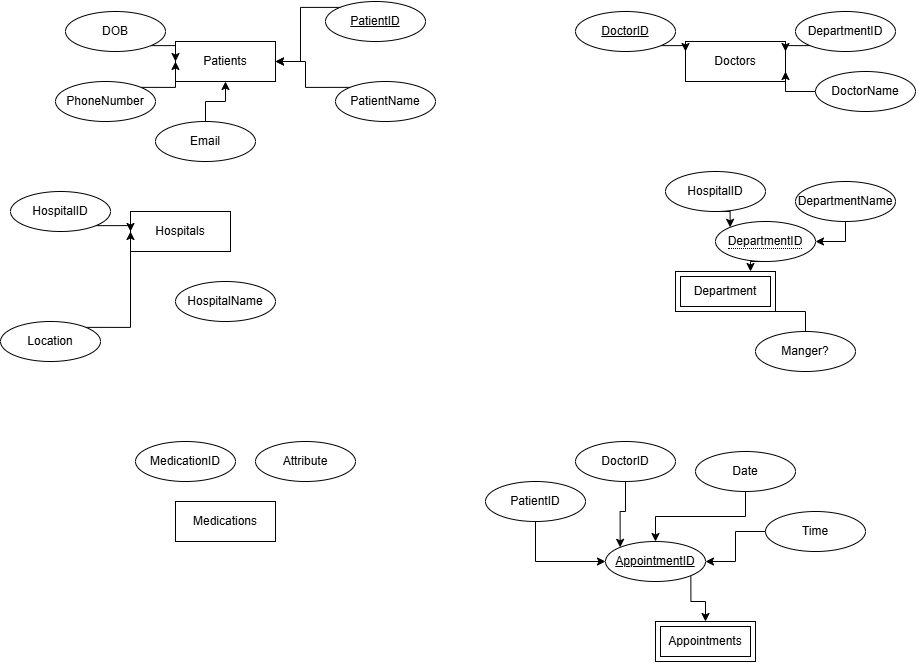
This is CS420_Assignment3.png from Jhkpop/CS420_Assignment3, a draw.io export, as it was before one commit. Source tidied: cells renumbered, new cells last; positions are measured from the earlier drawing's top-left corner, leaving out a move shared by most shapes. Source of this version:
```xml
<mxGraphModel>
  <root>
    <mxCell id="0" />
    <mxCell id="1" parent="0" />
    <mxCell id="2" value="Patients" style="whiteSpace=wrap;html=1;align=center;" parent="1" vertex="1">
      <mxGeometry x="175" y="40" width="100" height="40" as="geometry" />
    </mxCell>
    <mxCell id="3" value="Doctors" style="whiteSpace=wrap;html=1;align=center;" parent="1" vertex="1">
      <mxGeometry x="685" y="40" width="100" height="40" as="geometry" />
    </mxCell>
    <mxCell id="4" value="Hospitals" style="whiteSpace=wrap;html=1;align=center;" parent="1" vertex="1">
      <mxGeometry x="130" y="210" width="100" height="40" as="geometry" />
    </mxCell>
    <mxCell id="5" value="Medications" style="whiteSpace=wrap;html=1;align=center;" parent="1" vertex="1">
      <mxGeometry x="175" y="500" width="100" height="40" as="geometry" />
    </mxCell>
    <mxCell id="6" style="edgeStyle=orthogonalEdgeStyle;rounded=0;jettySize=auto;html=1;exitX=1;exitY=1;exitDx=0;exitDy=0;entryX=0;entryY=0.25;entryDx=0;entryDy=0;" parent="1" edge="1" source="7" target="3">
      <mxGeometry relative="1" as="geometry" />
    </mxCell>
    <mxCell id="7" value="&lt;u&gt;DoctorID&lt;/u&gt;" style="ellipse;whiteSpace=wrap;html=1;align=center;" parent="1" vertex="1">
      <mxGeometry x="575" y="10" width="100" height="40" as="geometry" />
    </mxCell>
    <mxCell id="8" style="edgeStyle=orthogonalEdgeStyle;rounded=0;jettySize=auto;html=1;exitX=0;exitY=0.5;exitDx=0;exitDy=0;entryX=1;entryY=0.75;entryDx=0;entryDy=0;" parent="1" edge="1" source="9" target="3">
      <mxGeometry relative="1" as="geometry" />
    </mxCell>
    <mxCell id="9" value="DoctorName" style="ellipse;whiteSpace=wrap;html=1;align=center;" parent="1" vertex="1">
      <mxGeometry x="815" y="70" width="100" height="40" as="geometry" />
    </mxCell>
    <mxCell id="10" value="DepartmentID" style="ellipse;whiteSpace=wrap;html=1;align=center;" parent="1" vertex="1">
      <mxGeometry x="795" y="10" width="100" height="40" as="geometry" />
    </mxCell>
    <mxCell id="11" style="edgeStyle=orthogonalEdgeStyle;rounded=0;jettySize=auto;html=1;exitX=1;exitY=0;exitDx=0;exitDy=0;entryX=1;entryY=0.5;entryDx=0;entryDy=0;" parent="1" edge="1" source="12" target="2">
      <mxGeometry relative="1" as="geometry" />
    </mxCell>
    <mxCell id="12" value="&lt;u&gt;PatientID&lt;/u&gt;" style="ellipse;whiteSpace=wrap;html=1;align=center;" parent="1" vertex="1">
      <mxGeometry x="325" width="100" height="40" as="geometry" />
    </mxCell>
    <mxCell id="13" style="edgeStyle=orthogonalEdgeStyle;rounded=0;jettySize=auto;html=1;exitX=0;exitY=0;exitDx=0;exitDy=0;entryX=1;entryY=0.5;entryDx=0;entryDy=0;" parent="1" edge="1" source="14" target="2">
      <mxGeometry relative="1" as="geometry" />
    </mxCell>
    <mxCell id="14" value="PatientName" style="ellipse;whiteSpace=wrap;html=1;align=center;" parent="1" vertex="1">
      <mxGeometry x="335" y="80" width="100" height="40" as="geometry" />
    </mxCell>
    <mxCell id="15" style="edgeStyle=orthogonalEdgeStyle;rounded=0;jettySize=auto;html=1;exitX=1;exitY=1;exitDx=0;exitDy=0;entryX=0;entryY=0.5;entryDx=0;entryDy=0;" parent="1" edge="1" source="16" target="2">
      <mxGeometry relative="1" as="geometry" />
    </mxCell>
    <mxCell id="16" value="DOB" style="ellipse;whiteSpace=wrap;html=1;align=center;" parent="1" vertex="1">
      <mxGeometry x="65" y="10" width="100" height="40" as="geometry" />
    </mxCell>
    <mxCell id="17" style="edgeStyle=orthogonalEdgeStyle;rounded=0;jettySize=auto;html=1;exitX=1;exitY=0;exitDx=0;exitDy=0;entryX=0;entryY=0.5;entryDx=0;entryDy=0;" parent="1" edge="1" source="18" target="2">
      <mxGeometry relative="1" as="geometry" />
    </mxCell>
    <mxCell id="18" value="PhoneNumber" style="ellipse;whiteSpace=wrap;html=1;align=center;" parent="1" vertex="1">
      <mxGeometry x="55" y="80" width="100" height="40" as="geometry" />
    </mxCell>
    <mxCell id="19" style="edgeStyle=orthogonalEdgeStyle;rounded=0;jettySize=auto;html=1;exitX=0.5;exitY=0;exitDx=0;exitDy=0;entryX=0.5;entryY=1;entryDx=0;entryDy=0;" parent="1" edge="1" source="20" target="2">
      <mxGeometry relative="1" as="geometry" />
    </mxCell>
    <mxCell id="20" value="Email" style="ellipse;whiteSpace=wrap;html=1;align=center;" parent="1" vertex="1">
      <mxGeometry x="155" y="120" width="100" height="40" as="geometry" />
    </mxCell>
    <mxCell id="21" style="edgeStyle=orthogonalEdgeStyle;rounded=0;jettySize=auto;html=1;exitX=0;exitY=1;exitDx=0;exitDy=0;entryX=1;entryY=0.25;entryDx=0;entryDy=0;" parent="1" edge="1" source="10" target="3">
      <mxGeometry relative="1" as="geometry" />
    </mxCell>
    <mxCell id="22" style="edgeStyle=orthogonalEdgeStyle;rounded=0;jettySize=auto;html=1;exitX=1;exitY=1;exitDx=0;exitDy=0;entryX=0;entryY=0.5;entryDx=0;entryDy=0;" parent="1" edge="1" source="23" target="4">
      <mxGeometry relative="1" as="geometry" />
    </mxCell>
    <mxCell id="23" value="HospitalID" style="ellipse;whiteSpace=wrap;html=1;align=center;" parent="1" vertex="1">
      <mxGeometry x="10" y="190" width="100" height="40" as="geometry" />
    </mxCell>
    <mxCell id="24" style="edgeStyle=orthogonalEdgeStyle;rounded=0;jettySize=auto;html=1;exitX=1;exitY=0;exitDx=0;exitDy=0;" parent="1" edge="1" source="25">
      <mxGeometry relative="1" as="geometry">
        <mxPoint x="130" y="230" as="targetPoint" />
      </mxGeometry>
    </mxCell>
    <mxCell id="25" value="Location" style="ellipse;whiteSpace=wrap;html=1;align=center;" parent="1" vertex="1">
      <mxGeometry y="320" width="100" height="40" as="geometry" />
    </mxCell>
    <mxCell id="26" style="edgeStyle=orthogonalEdgeStyle;rounded=0;jettySize=auto;html=1;exitX=0.5;exitY=1;exitDx=0;exitDy=0;entryX=1;entryY=0.5;entryDx=0;entryDy=0;" parent="1" edge="1" source="27" target="44">
      <mxGeometry relative="1" as="geometry">
        <Array as="points">
          <mxPoint x="845" y="240" />
        </Array>
      </mxGeometry>
    </mxCell>
    <mxCell id="27" value="DepartmentName" style="ellipse;whiteSpace=wrap;html=1;align=center;" parent="1" vertex="1">
      <mxGeometry x="795" y="180" width="100" height="40" as="geometry" />
    </mxCell>
    <mxCell id="28" style="edgeStyle=orthogonalEdgeStyle;rounded=0;jettySize=auto;html=1;exitX=0.5;exitY=0;exitDx=0;exitDy=0;entryX=0.75;entryY=1;entryDx=0;entryDy=0;" parent="1" edge="1" source="29" target="45">
      <mxGeometry relative="1" as="geometry">
        <Array as="points">
          <mxPoint x="805" y="310" />
          <mxPoint x="745" y="310" />
          <mxPoint x="745" y="290" />
          <mxPoint x="750" y="290" />
        </Array>
      </mxGeometry>
    </mxCell>
    <mxCell id="29" value="Manger?" style="ellipse;whiteSpace=wrap;html=1;align=center;" parent="1" vertex="1">
      <mxGeometry x="755" y="330" width="100" height="40" as="geometry" />
    </mxCell>
    <mxCell id="30" style="edgeStyle=orthogonalEdgeStyle;rounded=0;jettySize=auto;html=1;exitX=1;exitY=1;exitDx=0;exitDy=0;entryX=0.5;entryY=0;entryDx=0;entryDy=0;" parent="1" edge="1" source="31" target="46">
      <mxGeometry relative="1" as="geometry">
        <Array as="points">
          <mxPoint x="690" y="600" />
          <mxPoint x="705" y="600" />
        </Array>
      </mxGeometry>
    </mxCell>
    <mxCell id="31" value="&lt;u&gt;AppointmentID&lt;/u&gt;" style="ellipse;whiteSpace=wrap;html=1;align=center;" parent="1" vertex="1">
      <mxGeometry x="605" y="540" width="100" height="40" as="geometry" />
    </mxCell>
    <mxCell id="32" style="edgeStyle=orthogonalEdgeStyle;rounded=0;jettySize=auto;html=1;exitX=0.5;exitY=1;exitDx=0;exitDy=0;entryX=0;entryY=0.5;entryDx=0;entryDy=0;" parent="1" edge="1" source="33" target="31">
      <mxGeometry relative="1" as="geometry" />
    </mxCell>
    <mxCell id="33" value="PatientID" style="ellipse;whiteSpace=wrap;html=1;align=center;" parent="1" vertex="1">
      <mxGeometry x="485" y="480" width="100" height="40" as="geometry" />
    </mxCell>
    <mxCell id="34" style="edgeStyle=orthogonalEdgeStyle;rounded=0;jettySize=auto;html=1;exitX=0.5;exitY=1;exitDx=0;exitDy=0;entryX=0;entryY=0;entryDx=0;entryDy=0;" parent="1" edge="1" source="35" target="31">
      <mxGeometry relative="1" as="geometry" />
    </mxCell>
    <mxCell id="35" value="DoctorID" style="ellipse;whiteSpace=wrap;html=1;align=center;" parent="1" vertex="1">
      <mxGeometry x="575" y="440" width="100" height="40" as="geometry" />
    </mxCell>
    <mxCell id="36" style="edgeStyle=orthogonalEdgeStyle;rounded=0;jettySize=auto;html=1;exitX=0.5;exitY=1;exitDx=0;exitDy=0;entryX=0.5;entryY=0;entryDx=0;entryDy=0;" parent="1" edge="1" source="37" target="31">
      <mxGeometry relative="1" as="geometry" />
    </mxCell>
    <mxCell id="37" value="Date" style="ellipse;whiteSpace=wrap;html=1;align=center;" parent="1" vertex="1">
      <mxGeometry x="695" y="450" width="100" height="40" as="geometry" />
    </mxCell>
    <mxCell id="38" style="edgeStyle=orthogonalEdgeStyle;rounded=0;jettySize=auto;html=1;exitX=0;exitY=0.5;exitDx=0;exitDy=0;entryX=1;entryY=0.5;entryDx=0;entryDy=0;" parent="1" edge="1" source="39" target="31">
      <mxGeometry relative="1" as="geometry" />
    </mxCell>
    <mxCell id="39" value="Time" style="ellipse;whiteSpace=wrap;html=1;align=center;" parent="1" vertex="1">
      <mxGeometry x="765" y="510" width="100" height="40" as="geometry" />
    </mxCell>
    <mxCell id="40" value="HospitalName" style="ellipse;whiteSpace=wrap;html=1;align=center;" parent="1" vertex="1">
      <mxGeometry x="175" y="280" width="100" height="40" as="geometry" />
    </mxCell>
    <mxCell id="41" style="edgeStyle=orthogonalEdgeStyle;rounded=0;jettySize=auto;html=1;exitX=0.5;exitY=1;exitDx=0;exitDy=0;entryX=0;entryY=0;entryDx=0;entryDy=0;" parent="1" edge="1" source="42" target="44">
      <mxGeometry relative="1" as="geometry" />
    </mxCell>
    <mxCell id="42" value="HospitalID" style="ellipse;whiteSpace=wrap;html=1;align=center;" parent="1" vertex="1">
      <mxGeometry x="665" y="170" width="100" height="40" as="geometry" />
    </mxCell>
    <mxCell id="43" style="edgeStyle=orthogonalEdgeStyle;rounded=0;jettySize=auto;html=1;exitX=0.5;exitY=1;exitDx=0;exitDy=0;entryX=0.75;entryY=0;entryDx=0;entryDy=0;" parent="1" edge="1" source="44" target="45">
      <mxGeometry relative="1" as="geometry" />
    </mxCell>
    <mxCell id="44" value="&lt;span style=&quot;border-bottom: 1px dotted;&quot;&gt;DepartmentID&lt;/span&gt;" style="ellipse;whiteSpace=wrap;html=1;align=center;" parent="1" vertex="1">
      <mxGeometry x="715" y="220" width="100" height="40" as="geometry" />
    </mxCell>
    <mxCell id="45" value="Department" style="shape=ext;margin=3;double=1;whiteSpace=wrap;html=1;align=center;" parent="1" vertex="1">
      <mxGeometry x="675" y="270" width="100" height="40" as="geometry" />
    </mxCell>
    <mxCell id="46" value="Appointments" style="shape=ext;margin=3;double=1;whiteSpace=wrap;html=1;align=center;" parent="1" vertex="1">
      <mxGeometry x="655" y="620" width="100" height="40" as="geometry" />
    </mxCell>
    <mxCell id="47" value="MedicationID" style="ellipse;whiteSpace=wrap;html=1;align=center;" parent="1" vertex="1">
      <mxGeometry x="135" y="440" width="100" height="40" as="geometry" />
    </mxCell>
    <mxCell id="48" value="Attribute" style="ellipse;whiteSpace=wrap;html=1;align=center;" parent="1" vertex="1">
      <mxGeometry x="255" y="440" width="100" height="40" as="geometry" />
    </mxCell>
  </root>
</mxGraphModel>
```
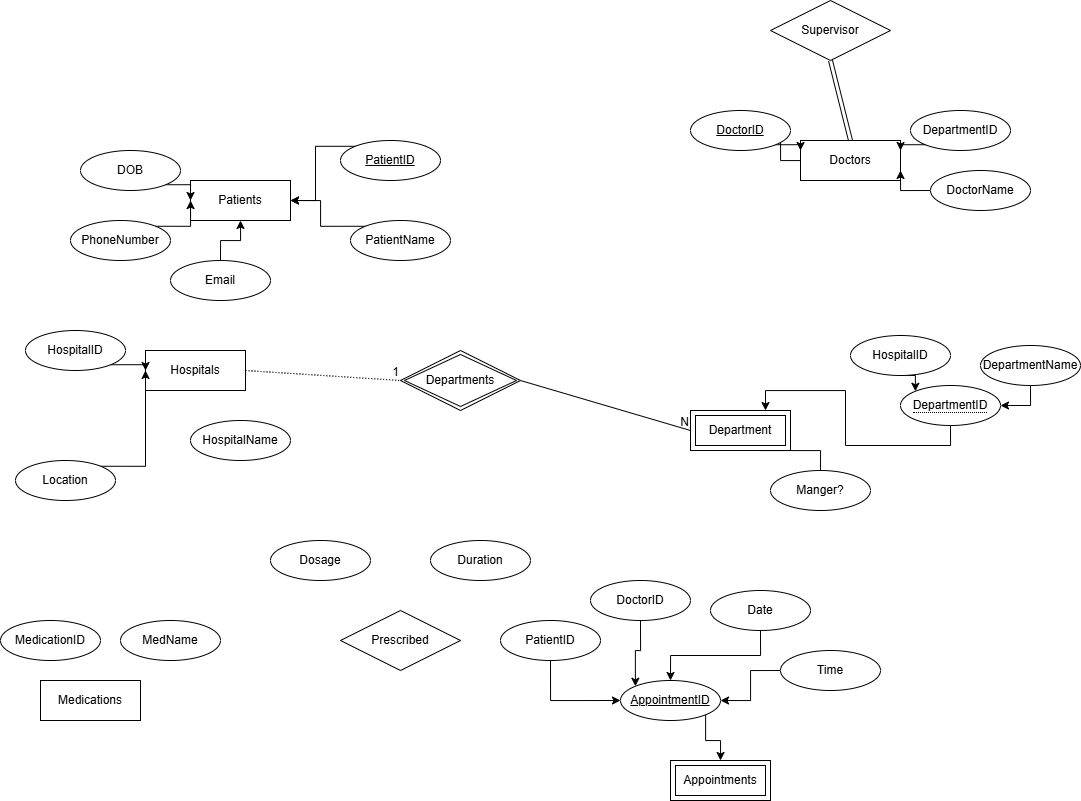
The same diagram one commit later.

Change to the diagram source:
```diff
@@ -5,29 +5,32 @@
     <mxCell id="2" value="Patients" style="whiteSpace=wrap;html=1;align=center;" parent="1" vertex="1">
       <mxGeometry x="175" y="40" width="100" height="40" as="geometry" />
     </mxCell>
+    <mxCell id="49" style="edgeStyle=orthogonalEdgeStyle;rounded=0;jettySize=auto;html=1;" parent="1" edge="1" source="3" target="7">
+      <mxGeometry relative="1" as="geometry" />
+    </mxCell>
     <mxCell id="3" value="Doctors" style="whiteSpace=wrap;html=1;align=center;" parent="1" vertex="1">
-      <mxGeometry x="685" y="40" width="100" height="40" as="geometry" />
+      <mxGeometry x="785" width="100" height="40" as="geometry" />
     </mxCell>
     <mxCell id="4" value="Hospitals" style="whiteSpace=wrap;html=1;align=center;" parent="1" vertex="1">
       <mxGeometry x="130" y="210" width="100" height="40" as="geometry" />
     </mxCell>
     <mxCell id="5" value="Medications" style="whiteSpace=wrap;html=1;align=center;" parent="1" vertex="1">
-      <mxGeometry x="175" y="500" width="100" height="40" as="geometry" />
+      <mxGeometry x="25" y="540" width="100" height="40" as="geometry" />
     </mxCell>
     <mxCell id="6" style="edgeStyle=orthogonalEdgeStyle;rounded=0;jettySize=auto;html=1;exitX=1;exitY=1;exitDx=0;exitDy=0;entryX=0;entryY=0.25;entryDx=0;entryDy=0;" parent="1" edge="1" source="7" target="3">
       <mxGeometry relative="1" as="geometry" />
     </mxCell>
     <mxCell id="7" value="&lt;u&gt;DoctorID&lt;/u&gt;" style="ellipse;whiteSpace=wrap;html=1;align=center;" parent="1" vertex="1">
-      <mxGeometry x="575" y="10" width="100" height="40" as="geometry" />
+      <mxGeometry x="675" y="-30" width="100" height="40" as="geometry" />
     </mxCell>
     <mxCell id="8" style="edgeStyle=orthogonalEdgeStyle;rounded=0;jettySize=auto;html=1;exitX=0;exitY=0.5;exitDx=0;exitDy=0;entryX=1;entryY=0.75;entryDx=0;entryDy=0;" parent="1" edge="1" source="9" target="3">
       <mxGeometry relative="1" as="geometry" />
     </mxCell>
     <mxCell id="9" value="DoctorName" style="ellipse;whiteSpace=wrap;html=1;align=center;" parent="1" vertex="1">
-      <mxGeometry x="815" y="70" width="100" height="40" as="geometry" />
+      <mxGeometry x="915" y="30" width="100" height="40" as="geometry" />
     </mxCell>
     <mxCell id="10" value="DepartmentID" style="ellipse;whiteSpace=wrap;html=1;align=center;" parent="1" vertex="1">
-      <mxGeometry x="795" y="10" width="100" height="40" as="geometry" />
+      <mxGeometry x="895" y="-30" width="100" height="40" as="geometry" />
     </mxCell>
     <mxCell id="11" style="edgeStyle=orthogonalEdgeStyle;rounded=0;jettySize=auto;html=1;exitX=1;exitY=0;exitDx=0;exitDy=0;entryX=1;entryY=0.5;entryDx=0;entryDy=0;" parent="1" edge="1" source="12" target="2">
       <mxGeometry relative="1" as="geometry" />
@@ -79,12 +82,12 @@
     <mxCell id="26" style="edgeStyle=orthogonalEdgeStyle;rounded=0;jettySize=auto;html=1;exitX=0.5;exitY=1;exitDx=0;exitDy=0;entryX=1;entryY=0.5;entryDx=0;entryDy=0;" parent="1" edge="1" source="27" target="44">
       <mxGeometry relative="1" as="geometry">
         <Array as="points">
-          <mxPoint x="845" y="240" />
+          <mxPoint x="1015" y="265" />
         </Array>
       </mxGeometry>
     </mxCell>
     <mxCell id="27" value="DepartmentName" style="ellipse;whiteSpace=wrap;html=1;align=center;" parent="1" vertex="1">
-      <mxGeometry x="795" y="180" width="100" height="40" as="geometry" />
+      <mxGeometry x="965" y="205" width="100" height="40" as="geometry" />
     </mxCell>
     <mxCell id="28" style="edgeStyle=orthogonalEdgeStyle;rounded=0;jettySize=auto;html=1;exitX=0.5;exitY=0;exitDx=0;exitDy=0;entryX=0.75;entryY=1;entryDx=0;entryDy=0;" parent="1" edge="1" source="29" target="45">
       <mxGeometry relative="1" as="geometry">
@@ -141,13 +144,13 @@
       <mxGeometry relative="1" as="geometry" />
     </mxCell>
     <mxCell id="42" value="HospitalID" style="ellipse;whiteSpace=wrap;html=1;align=center;" parent="1" vertex="1">
-      <mxGeometry x="665" y="170" width="100" height="40" as="geometry" />
+      <mxGeometry x="835" y="195" width="100" height="40" as="geometry" />
     </mxCell>
     <mxCell id="43" style="edgeStyle=orthogonalEdgeStyle;rounded=0;jettySize=auto;html=1;exitX=0.5;exitY=1;exitDx=0;exitDy=0;entryX=0.75;entryY=0;entryDx=0;entryDy=0;" parent="1" edge="1" source="44" target="45">
       <mxGeometry relative="1" as="geometry" />
     </mxCell>
     <mxCell id="44" value="&lt;span style=&quot;border-bottom: 1px dotted;&quot;&gt;DepartmentID&lt;/span&gt;" style="ellipse;whiteSpace=wrap;html=1;align=center;" parent="1" vertex="1">
-      <mxGeometry x="715" y="220" width="100" height="40" as="geometry" />
+      <mxGeometry x="885" y="245" width="100" height="40" as="geometry" />
     </mxCell>
     <mxCell id="45" value="Department" style="shape=ext;margin=3;double=1;whiteSpace=wrap;html=1;align=center;" parent="1" vertex="1">
       <mxGeometry x="675" y="270" width="100" height="40" as="geometry" />
@@ -156,10 +159,43 @@
       <mxGeometry x="655" y="620" width="100" height="40" as="geometry" />
     </mxCell>
     <mxCell id="47" value="MedicationID" style="ellipse;whiteSpace=wrap;html=1;align=center;" parent="1" vertex="1">
-      <mxGeometry x="135" y="440" width="100" height="40" as="geometry" />
+      <mxGeometry x="-15" y="480" width="100" height="40" as="geometry" />
     </mxCell>
-    <mxCell id="48" value="Attribute" style="ellipse;whiteSpace=wrap;html=1;align=center;" parent="1" vertex="1">
-      <mxGeometry x="255" y="440" width="100" height="40" as="geometry" />
+    <mxCell id="48" value="MedName" style="ellipse;whiteSpace=wrap;html=1;align=center;" parent="1" vertex="1">
+      <mxGeometry x="105" y="480" width="100" height="40" as="geometry" />
     </mxCell>
+    <mxCell id="50" value="Departments" style="shape=rhombus;double=1;perimeter=rhombusPerimeter;whiteSpace=wrap;html=1;align=center;" parent="1" vertex="1">
+      <mxGeometry x="385" y="210" width="120" height="60" as="geometry" />
+    </mxCell>
+    <mxCell id="51" style="endArrow=none;html=1;rounded=0;entryX=0;entryY=0.5;entryDx=0;entryDy=0;exitX=1;exitY=0.5;exitDx=0;exitDy=0;" parent="1" edge="1" source="50" target="45">
+      <mxGeometry relative="1" as="geometry" />
+    </mxCell>
+    <mxCell id="52" value="N" style="html=1;whiteSpace=wrap;align=right;verticalAlign=bottom;" parent="51" vertex="1">
+      <mxGeometry x="1" relative="1" as="geometry" />
+    </mxCell>
+    <mxCell id="53" style="endArrow=none;html=1;rounded=0;dashed=1;dashPattern=1 2;exitX=1;exitY=0.5;exitDx=0;exitDy=0;entryX=0;entryY=0.5;entryDx=0;entryDy=0;" parent="1" edge="1" source="4" target="50">
+      <mxGeometry relative="1" as="geometry" />
+    </mxCell>
+    <mxCell id="54" value="1" style="html=1;whiteSpace=wrap;align=right;verticalAlign=bottom;" parent="53" vertex="1">
+      <mxGeometry x="1" relative="1" as="geometry" />
+    </mxCell>
+    <mxCell id="55" style="shape=link;html=1;rounded=0;entryX=0.5;entryY=1;entryDx=0;entryDy=0;exitX=0.5;exitY=0;exitDx=0;exitDy=0;" parent="1" edge="1" source="3" target="57">
+      <mxGeometry relative="1" as="geometry" />
+    </mxCell>
+    <mxCell id="56" value="1" style="html=1;whiteSpace=wrap;align=right;verticalAlign=bottom;" parent="55" vertex="1">
+      <mxGeometry x="1" relative="1" as="geometry" />
+    </mxCell>
+    <mxCell id="57" value="Supervisor" style="shape=rhombus;perimeter=rhombusPerimeter;whiteSpace=wrap;html=1;align=center;" parent="1" vertex="1">
+      <mxGeometry x="755" y="-140" width="120" height="60" as="geometry" />
+    </mxCell>
+    <mxCell id="58" value="Prescribed" style="shape=rhombus;perimeter=rhombusPerimeter;whiteSpace=wrap;html=1;align=center;" parent="1" vertex="1">
+      <mxGeometry x="325" y="470" width="120" height="60" as="geometry" />
+    </mxCell>
+    <mxCell id="59" value="Dosage" style="ellipse;whiteSpace=wrap;html=1;align=center;" parent="1" vertex="1">
+      <mxGeometry x="255" y="400" width="100" height="40" as="geometry" />
+    </mxCell>
+    <mxCell id="60" value="Duration" style="ellipse;whiteSpace=wrap;html=1;align=center;" parent="1" vertex="1">
+      <mxGeometry x="415" y="400" width="100" height="40" as="geometry" />
+    </mxCell>
   </root>
 </mxGraphModel>
```
